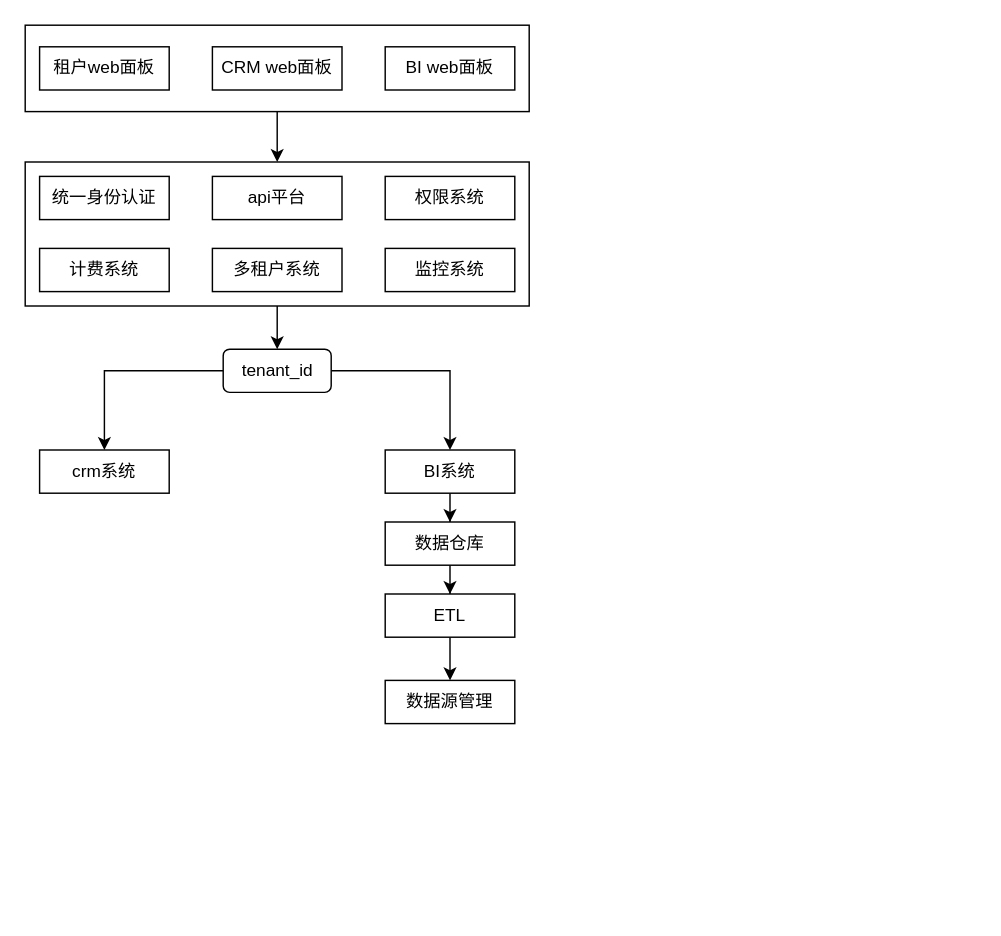
Before: Crm-Saas/crm-saas.drawio in zhangshuntao-ola/MyDraw, a draw.io diagram. Source tidied: cells renumbered, new cells numbered last; positions are measured from the earlier drawing's top-left corner, leaving out a move shared by most shapes. Both pictures are drawn from the tidied source at 144%, with x=0, y=0 at pixel (24, 24).
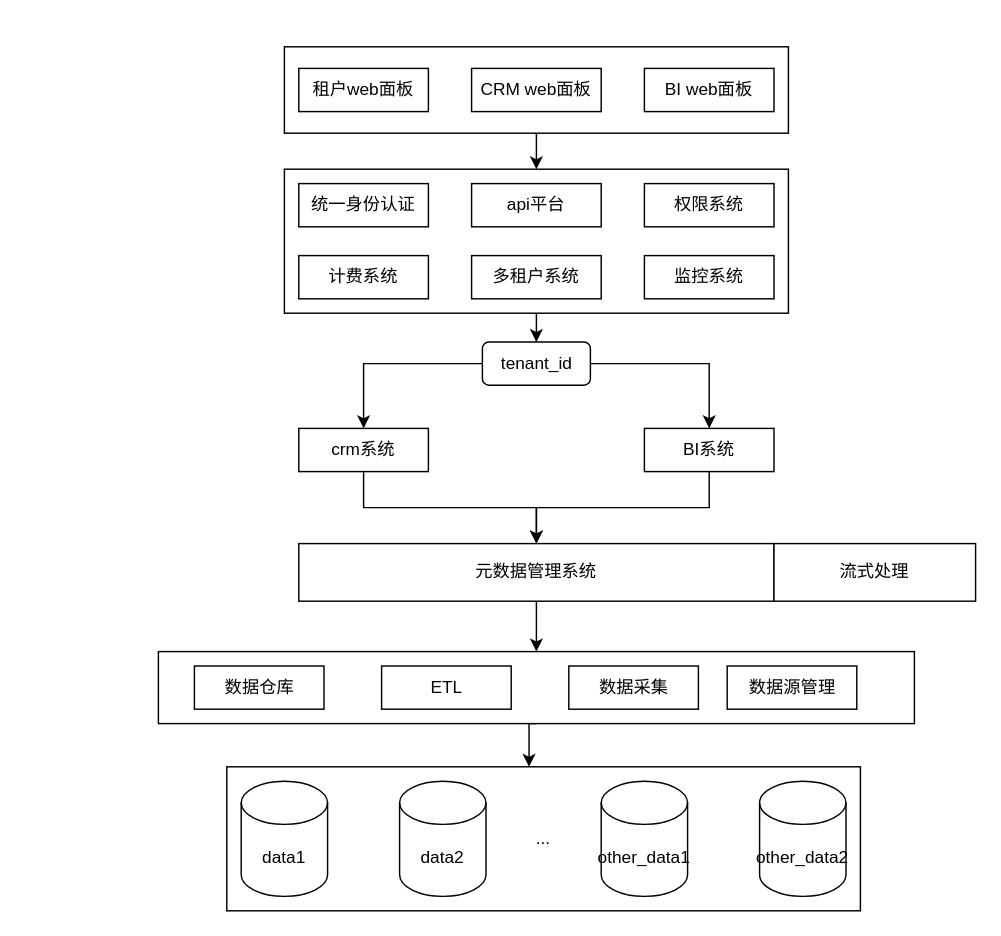
Above is the later version.

The edit, as a diff of the source:
```diff
@@
+    <mxCell id="26" style="rounded=0;whiteSpace=wrap;html=1;" parent="1" vertex="1">
+      <mxGeometry x="92.5" y="435" width="525" height="50" as="geometry" />
+    </mxCell>
+    <mxCell id="27" value="..." style="rounded=0;whiteSpace=wrap;html=1;" parent="1" vertex="1">
+      <mxGeometry x="140" y="515" width="440" height="100" as="geometry" />
+    </mxCell>
@@
     <mxCell id="3" style="rounded=0;whiteSpace=wrap;html=1;" parent="1" vertex="1">
-      <mxGeometry width="350" height="60" as="geometry" />
+      <mxGeometry x="180" y="15" width="350" height="60" as="geometry" />
     </mxCell>
@@
     <mxCell id="5" style="rounded=0;whiteSpace=wrap;html=1;" parent="1" vertex="1">
-      <mxGeometry y="95" width="350" height="100" as="geometry" />
+      <mxGeometry x="180" y="100" width="350" height="100" as="geometry" />
     </mxCell>
     <mxCell id="6" value="权限系统" style="rounded=0;whiteSpace=wrap;html=1;" parent="1" vertex="1">
-      <mxGeometry x="250" y="105" width="90" height="30" as="geometry" />
+      <mxGeometry x="430" y="110" width="90" height="30" as="geometry" />
     </mxCell>
     <mxCell id="7" value="多租户系统" style="rounded=0;whiteSpace=wrap;html=1;" parent="1" vertex="1">
-      <mxGeometry x="130" y="155" width="90" height="30" as="geometry" />
+      <mxGeometry x="310" y="160" width="90" height="30" as="geometry" />
     </mxCell>
     <mxCell id="8" value="api平台" style="rounded=0;whiteSpace=wrap;html=1;" parent="1" vertex="1">
-      <mxGeometry x="130" y="105" width="90" height="30" as="geometry" />
+      <mxGeometry x="310" y="110" width="90" height="30" as="geometry" />
     </mxCell>
-    <mxCell id="9" style="edgeStyle=orthogonalEdgeStyle;rounded=0;jettySize=auto;html=1;" parent="1" edge="1" source="10" target="14">
-      <mxGeometry relative="1" as="geometry" />
-    </mxCell>
+    <mxCell id="28" style="edgeStyle=orthogonalEdgeStyle;rounded=0;jettySize=auto;html=1;" parent="1" edge="1" source="10" target="31">
+      <mxGeometry relative="1" as="geometry" />
+    </mxCell>
     <mxCell id="10" value="BI系统" style="rounded=0;whiteSpace=wrap;html=1;" parent="1" vertex="1">
-      <mxGeometry x="250" y="295" width="90" height="30" as="geometry" />
+      <mxGeometry x="430" y="280" width="90" height="30" as="geometry" />
     </mxCell>
-    <mxCell id="11" style="edgeStyle=orthogonalEdgeStyle;rounded=0;jettySize=auto;html=1;" parent="1" edge="1" source="12" target="20">
-      <mxGeometry relative="1" as="geometry" />
-    </mxCell>
     <mxCell id="12" value="ETL" style="rounded=0;whiteSpace=wrap;html=1;" parent="1" vertex="1">
-      <mxGeometry x="250" y="395" width="90" height="30" as="geometry" />
+      <mxGeometry x="247.5" y="445" width="90" height="30" as="geometry" />
     </mxCell>
-    <mxCell id="13" style="edgeStyle=orthogonalEdgeStyle;rounded=0;jettySize=auto;html=1;entryX=0.5;entryY=0;entryDx=0;entryDy=0;" parent="1" edge="1" source="14" target="12">
-      <mxGeometry relative="1" as="geometry" />
-    </mxCell>
-    <mxCell id="14" value="数据仓库" style="rounded=0;whiteSpace=wrap;html=1;" parent="1" vertex="1">
-      <mxGeometry x="250" y="345" width="90" height="30" as="geometry" />
-    </mxCell>
+    <mxCell id="29" style="edgeStyle=orthogonalEdgeStyle;rounded=0;jettySize=auto;html=1;" parent="1" edge="1" source="15" target="31">
+      <mxGeometry relative="1" as="geometry" />
+    </mxCell>
     <mxCell id="15" value="crm系统" style="rounded=0;whiteSpace=wrap;html=1;" parent="1" vertex="1">
-      <mxGeometry x="10" y="295" width="90" height="30" as="geometry" />
+      <mxGeometry x="190" y="280" width="90" height="30" as="geometry" />
     </mxCell>
     <mxCell id="16" value="租户web面板" style="rounded=0;whiteSpace=wrap;html=1;" parent="1" vertex="1">
-      <mxGeometry x="10" y="15" width="90" height="30" as="geometry" />
+      <mxGeometry x="190" y="30" width="90" height="30" as="geometry" />
     </mxCell>
     <mxCell id="17" value="BI web面板" style="rounded=0;whiteSpace=wrap;html=1;" parent="1" vertex="1">
-      <mxGeometry x="250" y="15" width="90" height="30" as="geometry" />
+      <mxGeometry x="430" y="30" width="90" height="30" as="geometry" />
     </mxCell>
     <mxCell id="18" value="CRM web面板" style="rounded=0;whiteSpace=wrap;html=1;" parent="1" vertex="1">
-      <mxGeometry x="130" y="15" width="90" height="30" as="geometry" />
+      <mxGeometry x="310" y="30" width="90" height="30" as="geometry" />
     </mxCell>
     <mxCell id="19" value="统一身份认证" style="rounded=0;whiteSpace=wrap;html=1;" parent="1" vertex="1">
-      <mxGeometry x="10" y="105" width="90" height="30" as="geometry" />
+      <mxGeometry x="190" y="110" width="90" height="30" as="geometry" />
     </mxCell>
-    <mxCell id="20" value="数据源管理" style="rounded=0;whiteSpace=wrap;html=1;" parent="1" vertex="1">
-      <mxGeometry x="250" y="455" width="90" height="30" as="geometry" />
+    <mxCell id="20" value="数据采集" style="rounded=0;whiteSpace=wrap;html=1;" parent="1" vertex="1">
+      <mxGeometry x="377.5" y="445" width="90" height="30" as="geometry" />
     </mxCell>
     <mxCell id="21" value="计费系统" style="rounded=0;whiteSpace=wrap;html=1;" parent="1" vertex="1">
-      <mxGeometry x="10" y="155" width="90" height="30" as="geometry" />
+      <mxGeometry x="190" y="160" width="90" height="30" as="geometry" />
     </mxCell>
     <mxCell id="22" value="监控系统" style="rounded=0;whiteSpace=wrap;html=1;" parent="1" vertex="1">
-      <mxGeometry x="250" y="155" width="90" height="30" as="geometry" />
+      <mxGeometry x="430" y="160" width="90" height="30" as="geometry" />
     </mxCell>
@@
     <mxCell id="25" value="tenant_id" style="rounded=1;whiteSpace=wrap;html=1;" parent="1" vertex="1">
-      <mxGeometry x="137.5" y="225" width="75" height="30" as="geometry" />
+      <mxGeometry x="317.5" y="220" width="75" height="30" as="geometry" />
     </mxCell>
+    <mxCell id="30" style="edgeStyle=orthogonalEdgeStyle;rounded=0;jettySize=auto;html=1;exitX=0.5;exitY=1;exitDx=0;exitDy=0;entryX=0.5;entryY=0;entryDx=0;entryDy=0;" parent="1" edge="1" source="31" target="26">
+      <mxGeometry relative="1" as="geometry" />
+    </mxCell>
+    <mxCell id="31" value="元数据管理系统" style="rounded=0;whiteSpace=wrap;html=1;" parent="1" vertex="1">
+      <mxGeometry x="190" y="360" width="330" height="40" as="geometry" />
+    </mxCell>
+    <mxCell id="14" value="数据仓库" style="rounded=0;whiteSpace=wrap;html=1;" parent="1" vertex="1">
+      <mxGeometry x="117.5" y="445" width="90" height="30" as="geometry" />
+    </mxCell>
+    <mxCell id="32" value="流式处理" style="rounded=0;whiteSpace=wrap;html=1;" parent="1" vertex="1">
+      <mxGeometry x="520" y="360" width="140" height="40" as="geometry" />
+    </mxCell>
+    <mxCell id="33" value="data1" style="shape=cylinder3;whiteSpace=wrap;html=1;boundedLbl=1;backgroundOutline=1;size=15;" parent="1" vertex="1">
+      <mxGeometry x="150" y="525" width="60" height="80" as="geometry" />
+    </mxCell>
+    <mxCell id="34" value="data2" style="shape=cylinder3;whiteSpace=wrap;html=1;boundedLbl=1;backgroundOutline=1;size=15;" parent="1" vertex="1">
+      <mxGeometry x="260" y="525" width="60" height="80" as="geometry" />
+    </mxCell>
+    <mxCell id="35" value="other_data1" style="shape=cylinder3;whiteSpace=wrap;html=1;boundedLbl=1;backgroundOutline=1;size=15;" parent="1" vertex="1">
+      <mxGeometry x="400" y="525" width="60" height="80" as="geometry" />
+    </mxCell>
+    <mxCell id="36" value="other_data2" style="shape=cylinder3;whiteSpace=wrap;html=1;boundedLbl=1;backgroundOutline=1;size=15;" parent="1" vertex="1">
+      <mxGeometry x="510" y="525" width="60" height="80" as="geometry" />
+    </mxCell>
+    <mxCell id="37" style="edgeStyle=orthogonalEdgeStyle;rounded=0;jettySize=auto;html=1;exitX=0.5;exitY=1;exitDx=0;exitDy=0;entryX=0.477;entryY=0;entryDx=0;entryDy=0;entryPerimeter=0;" parent="1" edge="1" source="26" target="27">
+      <mxGeometry relative="1" as="geometry" />
+    </mxCell>
+    <mxCell id="38" value="数据源管理" style="rounded=0;whiteSpace=wrap;html=1;" parent="1" vertex="1">
+      <mxGeometry x="487.5" y="445" width="90" height="30" as="geometry" />
+    </mxCell>
```
